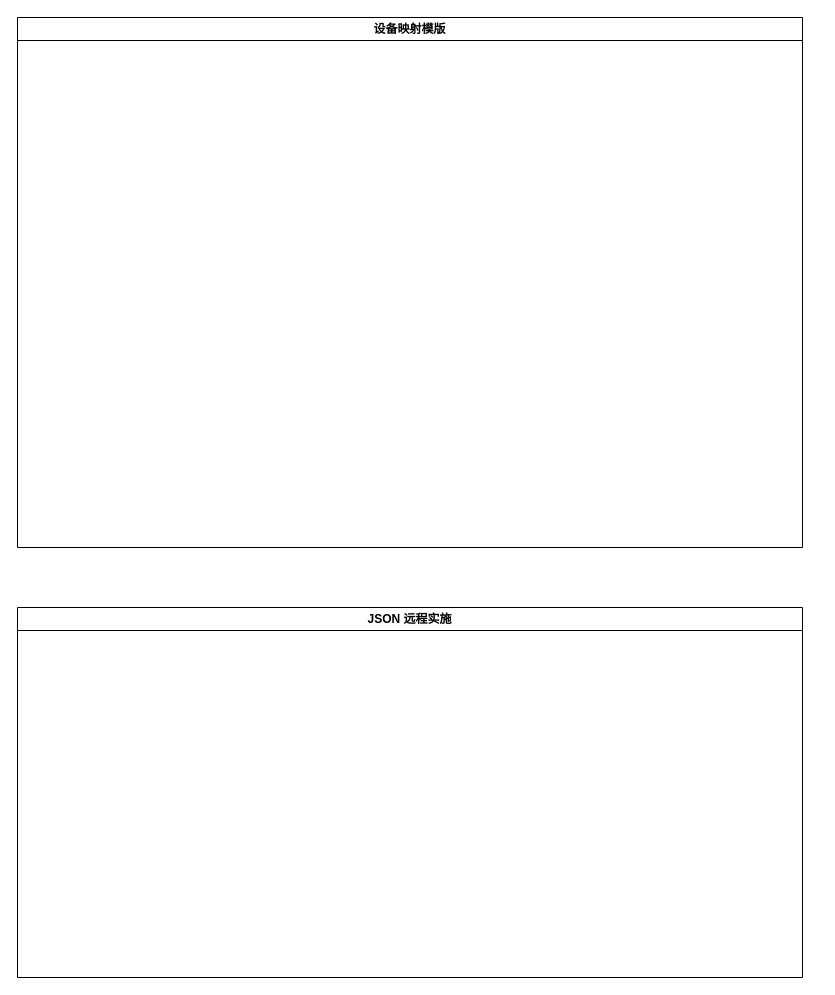
This is yzs/技管平台--远程实施.drawio from yanglei1992/documents, a draw.io file, before an edit. Source tidied: cells renumbered, new cells numbered last; positions are measured from the earlier drawing's top-left corner, leaving out a move shared by most shapes. Both pictures are drawn from the tidied source at 100%, with x=0, y=0 at pixel (17, 17).
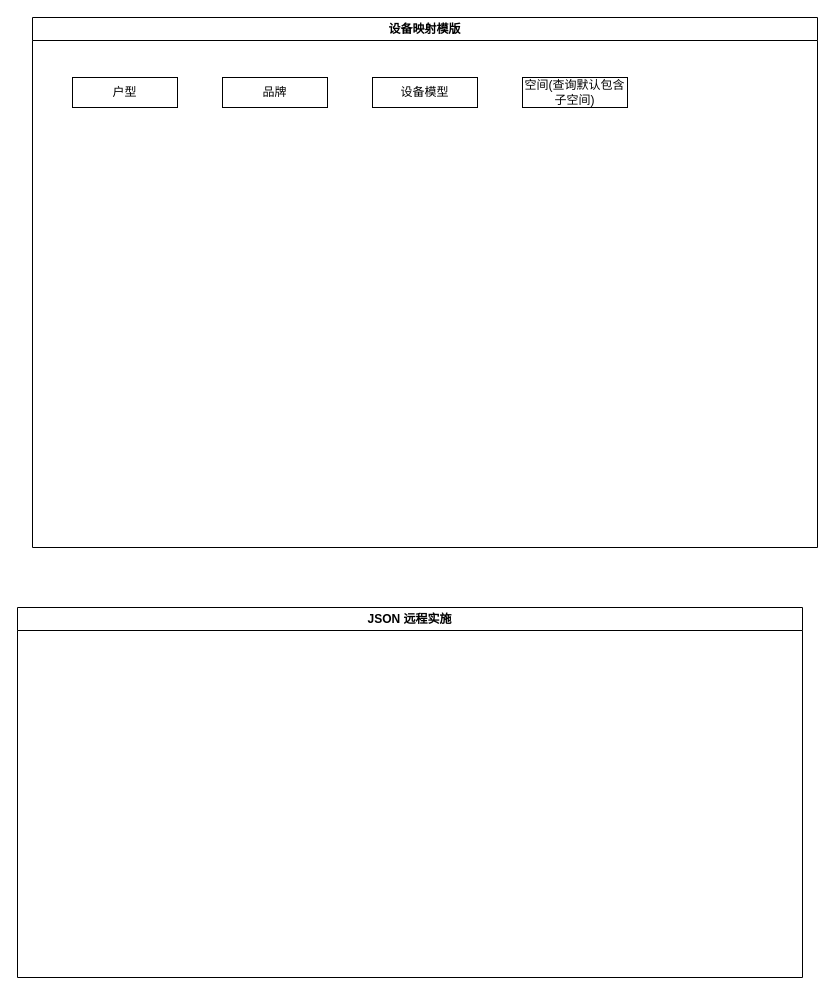
After the change.

Commit message (it also covers changes not shown here):
更新技管平台--远程实施.drawio

Diff of the diagram source:
```diff
@@
 <mxGraphModel>
   <root>
     <mxCell id="0" />
     <mxCell id="1" parent="0" />
     <mxCell id="2" value="设备映射模版" style="swimlane;whiteSpace=wrap;html=1;" parent="1" vertex="1">
-      <mxGeometry width="785" height="530" as="geometry" />
+      <mxGeometry x="15" width="785" height="530" as="geometry" />
     </mxCell>
+    <mxCell id="4" value="空间(查询默认包含子空间)" style="rounded=0;whiteSpace=wrap;html=1;" parent="2" vertex="1">
+      <mxGeometry x="490" y="60" width="105" height="30" as="geometry" />
+    </mxCell>
+    <mxCell id="5" value="设备模型" style="rounded=0;whiteSpace=wrap;html=1;" parent="2" vertex="1">
+      <mxGeometry x="340" y="60" width="105" height="30" as="geometry" />
+    </mxCell>
+    <mxCell id="6" value="品牌" style="rounded=0;whiteSpace=wrap;html=1;" parent="2" vertex="1">
+      <mxGeometry x="190" y="60" width="105" height="30" as="geometry" />
+    </mxCell>
+    <mxCell id="7" value="户型" style="rounded=0;whiteSpace=wrap;html=1;" parent="2" vertex="1">
+      <mxGeometry x="40" y="60" width="105" height="30" as="geometry" />
+    </mxCell>
     <mxCell id="3" value="JSON 远程实施" style="swimlane;whiteSpace=wrap;html=1;startSize=23;" parent="1" vertex="1">
       <mxGeometry y="590" width="785" height="370" as="geometry" />
     </mxCell>
   </root>
 </mxGraphModel>
```
